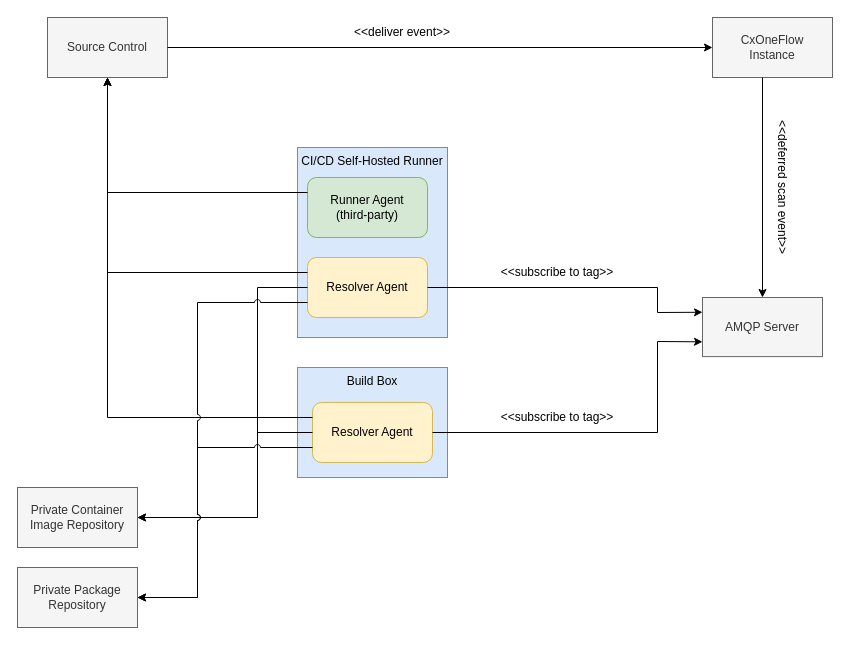
Before: page "Scan Agent Diagram" (13 of 13) of manual/graphics/cxoneflow-diagrams.drawio in cx-nathan-leach/cxone-flow-buildwork, a draw.io diagram. Source tidied: cells renumbered, new cells numbered last; positions are measured from the earlier drawing's top-left corner, leaving out a move shared by most shapes. Both pictures are drawn from the tidied source at 100%, with x=0, y=0 at pixel (17, 17).
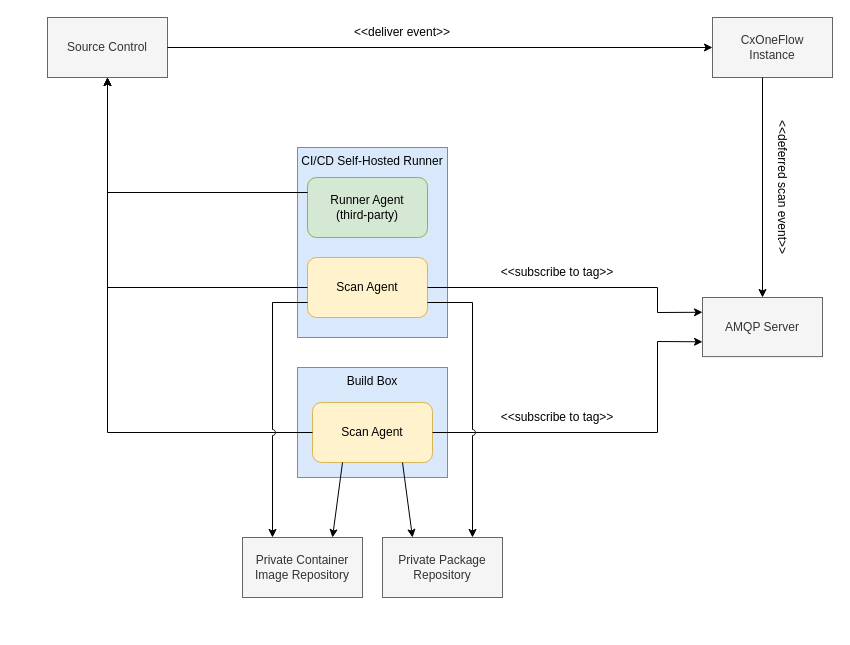
After the change.

Unchanged cells that the change refers to:
```xml
<mxCell id="4" value="Source Control" style="rounded=0;whiteSpace=wrap;html=1;fillColor=#f5f5f5;fontColor=#333333;strokeColor=#666666;" parent="1" vertex="1">
  <mxGeometry x="30" width="120" height="60" as="geometry" />
</mxCell>
<mxCell id="12" style="group;fillColor=#d5e8d4;strokeColor=#82b366;" parent="1" vertex="1">
  <mxGeometry x="280" y="130" width="150" height="190" as="geometry" />
</mxCell>
```

What changed in the source:
```diff
@@
     <mxCell id="5" value="Private Package&lt;div&gt;Repository&lt;/div&gt;" style="rounded=0;whiteSpace=wrap;html=1;fillColor=#f5f5f5;fontColor=#333333;strokeColor=#666666;" parent="1" vertex="1">
-      <mxGeometry y="550" width="120" height="60" as="geometry" />
+      <mxGeometry x="365" y="520" width="120" height="60" as="geometry" />
     </mxCell>
@@
     <mxCell id="11" value="Private Container Image Repository" style="rounded=0;whiteSpace=wrap;html=1;fillColor=#f5f5f5;fontColor=#333333;strokeColor=#666666;" parent="1" vertex="1">
-      <mxGeometry y="470" width="120" height="60" as="geometry" />
+      <mxGeometry x="225" y="520" width="120" height="60" as="geometry" />
     </mxCell>
@@
-    <mxCell id="15" value="Resolver Agent" style="rounded=1;whiteSpace=wrap;html=1;fillColor=#fff2cc;strokeColor=#d6b656;" parent="12" vertex="1">
+    <mxCell id="15" value="Scan Agent" style="rounded=1;whiteSpace=wrap;html=1;fillColor=#fff2cc;strokeColor=#d6b656;" parent="12" vertex="1">
       <mxGeometry x="10" y="110" width="120" height="60" as="geometry" />
     </mxCell>
@@
-    <mxCell id="17" style="endArrow=classic;html=1;rounded=0;entryX=0.5;entryY=1;entryDx=0;entryDy=0;exitX=0;exitY=0.25;exitDx=0;exitDy=0;" parent="1" edge="1" source="15" target="4">
+    <mxCell id="17" style="endArrow=classic;html=1;rounded=0;entryX=0.5;entryY=1;entryDx=0;entryDy=0;exitX=0;exitY=0.5;exitDx=0;exitDy=0;" parent="1" edge="1" source="15" target="4">
       <mxGeometry relative="1" as="geometry">
         <Array as="points">
-          <mxPoint x="90" y="255" />
+          <mxPoint x="90" y="270" />
         </Array>
       </mxGeometry>
     </mxCell>
@@
-    <mxCell id="19" value="Resolver Agent" style="rounded=1;whiteSpace=wrap;html=1;fillColor=#fff2cc;strokeColor=#d6b656;" parent="1" vertex="1">
+    <mxCell id="19" value="Scan Agent" style="rounded=1;whiteSpace=wrap;html=1;fillColor=#fff2cc;strokeColor=#d6b656;" parent="1" vertex="1">
       <mxGeometry x="295" y="385" width="120" height="60" as="geometry" />
     </mxCell>
@@
-    <mxCell id="21" style="endArrow=classic;html=1;rounded=0;exitX=0;exitY=0.25;exitDx=0;exitDy=0;entryX=0.5;entryY=1;entryDx=0;entryDy=0;" parent="1" edge="1" source="19" target="4">
+    <mxCell id="21" style="endArrow=classic;html=1;rounded=0;exitX=0;exitY=0.5;exitDx=0;exitDy=0;entryX=0.5;entryY=1;entryDx=0;entryDy=0;" parent="1" edge="1" source="19" target="4">
       <mxGeometry relative="1" as="geometry">
         <Array as="points">
-          <mxPoint x="90" y="400" />
+          <mxPoint x="90" y="415" />
         </Array>
       </mxGeometry>
     </mxCell>
-    <mxCell id="22" style="endArrow=classic;html=1;rounded=0;entryX=1;entryY=0.5;entryDx=0;entryDy=0;exitX=0;exitY=0.5;exitDx=0;exitDy=0;" parent="1" edge="1" source="19" target="11">
-      <mxGeometry relative="1" as="geometry">
-        <Array as="points">
-          <mxPoint x="240" y="415" />
-          <mxPoint x="240" y="500" />
-        </Array>
-      </mxGeometry>
-    </mxCell>
-    <mxCell id="23" style="endArrow=classic;html=1;rounded=0;exitX=0;exitY=0.5;exitDx=0;exitDy=0;entryX=1;entryY=0.5;entryDx=0;entryDy=0;" parent="1" edge="1" source="15" target="11">
-      <mxGeometry relative="1" as="geometry">
-        <Array as="points">
-          <mxPoint x="240" y="270" />
-          <mxPoint x="240" y="500" />
-        </Array>
-      </mxGeometry>
-    </mxCell>
-    <mxCell id="24" style="endArrow=classic;html=1;rounded=0;exitX=0;exitY=0.75;exitDx=0;exitDy=0;entryX=1;entryY=0.5;entryDx=0;entryDy=0;jumpStyle=arc;" parent="1" edge="1" source="19" target="5">
-      <mxGeometry relative="1" as="geometry">
-        <Array as="points">
-          <mxPoint x="180" y="430" />
-          <mxPoint x="180" y="580" />
-        </Array>
-      </mxGeometry>
-    </mxCell>
-    <mxCell id="25" style="endArrow=classic;html=1;rounded=0;entryX=1;entryY=0.5;entryDx=0;entryDy=0;exitX=0;exitY=0.75;exitDx=0;exitDy=0;jumpStyle=arc;" parent="1" edge="1" source="15" target="5">
-      <mxGeometry relative="1" as="geometry">
-        <Array as="points">
-          <mxPoint x="180" y="285" />
-          <mxPoint x="180" y="580" />
-        </Array>
-      </mxGeometry>
-    </mxCell>
@@
+    <mxCell id="22" style="endArrow=classic;html=1;rounded=0;entryX=0.75;entryY=0;entryDx=0;entryDy=0;exitX=0.25;exitY=1;exitDx=0;exitDy=0;" parent="1" edge="1" source="19" target="11">
+      <mxGeometry relative="1" as="geometry" />
+    </mxCell>
+    <mxCell id="24" style="endArrow=classic;html=1;rounded=0;entryX=0.25;entryY=0;entryDx=0;entryDy=0;exitX=0.75;exitY=1;exitDx=0;exitDy=0;" parent="1" edge="1" source="19" target="5">
+      <mxGeometry relative="1" as="geometry" />
+    </mxCell>
+    <mxCell id="23" style="endArrow=classic;html=1;rounded=0;entryX=0.25;entryY=0;entryDx=0;entryDy=0;exitX=0;exitY=0.75;exitDx=0;exitDy=0;jumpStyle=arc;" parent="1" edge="1" source="15" target="11">
+      <mxGeometry relative="1" as="geometry">
+        <Array as="points">
+          <mxPoint x="255" y="285" />
+        </Array>
+      </mxGeometry>
+    </mxCell>
+    <mxCell id="25" style="endArrow=classic;html=1;rounded=0;exitX=1;exitY=0.75;exitDx=0;exitDy=0;entryX=0.75;entryY=0;entryDx=0;entryDy=0;jumpStyle=arc;" parent="1" edge="1" source="15" target="5">
+      <mxGeometry relative="1" as="geometry">
+        <Array as="points">
+          <mxPoint x="455" y="285" />
+        </Array>
+      </mxGeometry>
+    </mxCell>
```
